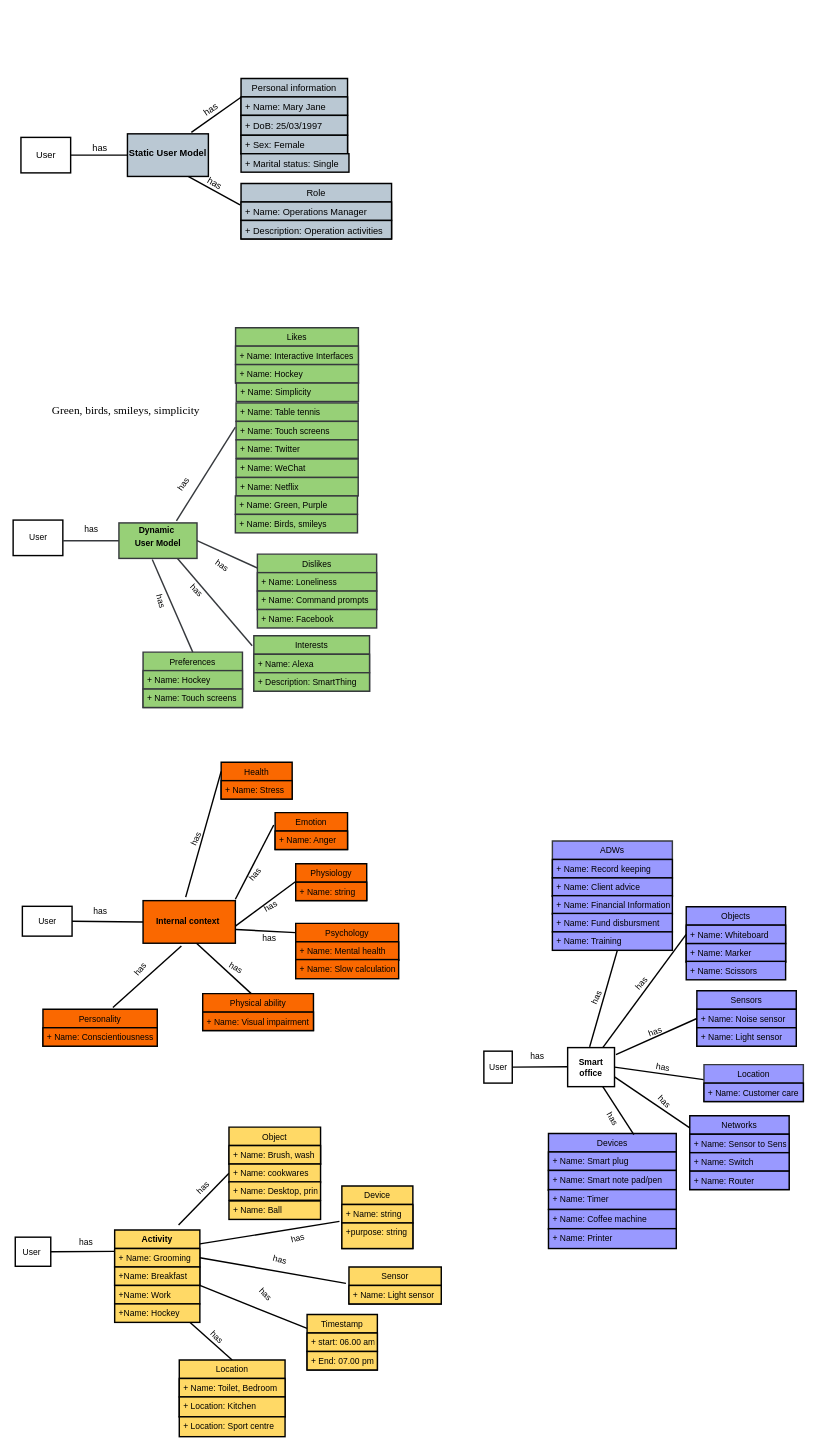
This is User model implemetations.drawio from oluwande/zmPDSwR, a draw.io file, before an edit. Source tidied: cells renumbered, new cells numbered last; positions are measured from the earlier drawing's top-left corner, leaving out a move shared by most shapes. Both pictures are drawn from the tidied source at 71%, with x=0, y=0 at pixel (13, 78).
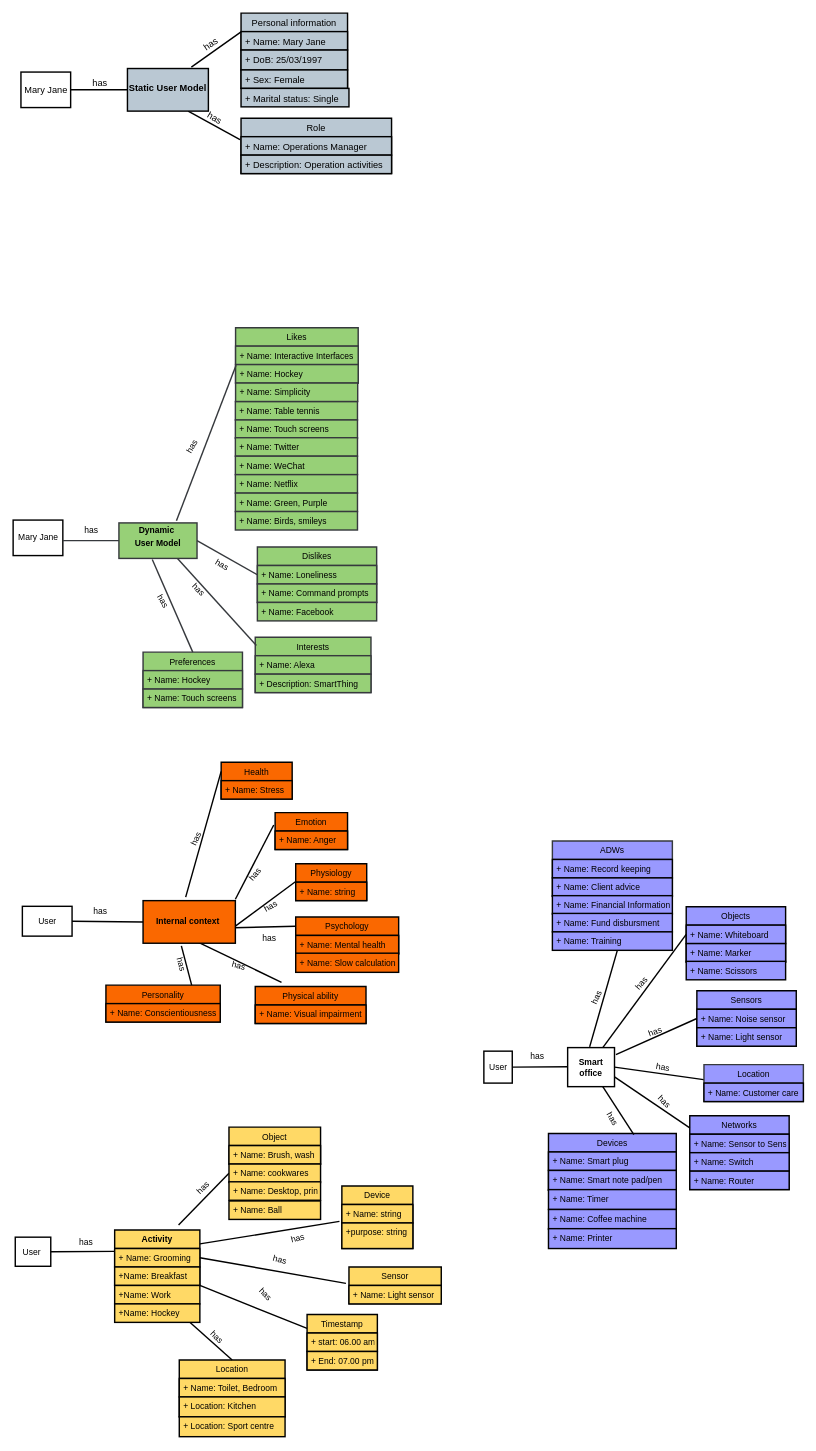
The same page after the edit.

Unchanged cells that the change refers to:
```xml
<mxCell id="19" value="&lt;p style=&quot;margin: 0px ; margin-top: 4px ; text-align: center&quot;&gt;&lt;b&gt;Dynamic&amp;nbsp;&lt;/b&gt;&lt;/p&gt;&lt;p style=&quot;margin: 0px ; margin-top: 4px ; text-align: center&quot;&gt;&lt;b&gt;User Model&lt;/b&gt;&lt;/p&gt;" style="verticalAlign=top;align=left;overflow=fill;fontSize=12;fontFamily=Helvetica;html=1;strokeColor=#36393d;strokeWidth=2;fillColor=#97D077;" parent="1" vertex="1">
  <mxGeometry x="149" y="626" width="110" height="50" as="geometry" />
</mxCell>
<mxCell id="71" value="&lt;b style=&quot;font-size: 12px;&quot;&gt;Internal context&amp;nbsp;&lt;/b&gt;" style="rounded=0;whiteSpace=wrap;html=1;strokeColor=#000000;strokeWidth=2;fillColor=#FA6800;fontSize=12;" parent="1" vertex="1">
  <mxGeometry x="183" y="1158" width="130" height="60" as="geometry" />
</mxCell>
```

Change to the diagram source:
```diff
@@
     <mxCell id="2" value="Personal information" style="swimlane;fontStyle=0;horizontal=1;startSize=26;fillColor=#BAC8D3;strokeColor=#000000;strokeWidth=2;fontSize=13;" parent="1" vertex="1">
-      <mxGeometry x="321" width="150" height="106" as="geometry" />
+      <mxGeometry x="321" y="-92" width="150" height="106" as="geometry" />
     </mxCell>
@@
     <mxCell id="6" value="Role" style="swimlane;fontStyle=0;horizontal=1;startSize=26;fillColor=#bac8d3;strokeColor=#000000;strokeWidth=2;fontSize=13;" parent="1" vertex="1">
-      <mxGeometry x="321" y="148" width="212" height="78" as="geometry" />
+      <mxGeometry x="321" y="56" width="212" height="78" as="geometry" />
     </mxCell>
@@
     <mxCell id="9" style="endArrow=none;html=1;rounded=0;fillColor=#bac8d3;strokeColor=#000000;strokeWidth=2;entryX=0;entryY=0.25;entryDx=0;entryDy=0;fontSize=13;" parent="1" edge="1" target="2">
       <mxGeometry relative="1" as="geometry">
-        <mxPoint x="251" y="76" as="sourcePoint" />
+        <mxPoint x="251" y="-16" as="sourcePoint" />
       </mxGeometry>
     </mxCell>
@@
     <mxCell id="11" value="has" style="text;html=1;align=center;verticalAlign=middle;rotation=30;strokeWidth=0;strokeColor=none;fontSize=13;" parent="1" vertex="1">
-      <mxGeometry x="268" y="137" width="31" height="20" as="geometry" />
+      <mxGeometry x="268" y="45" width="31" height="20" as="geometry" />
     </mxCell>
-    <mxCell id="12" value="User" style="html=1;strokeWidth=2;strokeColor=#000000;fontSize=13;" parent="1" vertex="1">
-      <mxGeometry x="11" y="83" width="70" height="50" as="geometry" />
+    <mxCell id="12" value="Mary Jane" style="html=1;strokeWidth=2;strokeColor=#000000;fontSize=13;" parent="1" vertex="1">
+      <mxGeometry x="11" y="-9" width="70" height="50" as="geometry" />
     </mxCell>
     <mxCell id="13" value="&lt;p style=&quot;margin: 4px 0px 0px; text-align: center; font-size: 13px;&quot;&gt;&lt;br style=&quot;font-size: 13px;&quot;&gt;&lt;b style=&quot;font-size: 13px;&quot;&gt;Static User Model&lt;/b&gt;&lt;/p&gt;" style="verticalAlign=top;align=left;overflow=fill;fontSize=13;fontFamily=Helvetica;html=1;strokeColor=#000000;strokeWidth=2;fillColor=#bac8d3;" parent="1" vertex="1">
-      <mxGeometry x="161" y="78" width="114" height="60" as="geometry" />
+      <mxGeometry x="161" y="-14" width="114" height="60" as="geometry" />
     </mxCell>
     <mxCell id="14" style="endArrow=none;html=1;rounded=0;strokeWidth=2;entryX=0;entryY=0.5;entryDx=0;entryDy=0;strokeColor=#000000;fontSize=13;" parent="1" edge="1" target="13">
       <mxGeometry relative="1" as="geometry">
-        <mxPoint x="81" y="108" as="sourcePoint" />
+        <mxPoint x="81" y="16" as="sourcePoint" />
       </mxGeometry>
     </mxCell>
     <mxCell id="15" value="has" style="text;html=1;align=center;verticalAlign=middle;rotation=-35;strokeWidth=0;strokeColor=none;fontSize=13;" parent="1" vertex="1">
-      <mxGeometry x="262" y="34" width="31" height="20" as="geometry" />
+      <mxGeometry x="262" y="-58" width="31" height="20" as="geometry" />
     </mxCell>
     <mxCell id="16" value="has" style="text;html=1;align=center;verticalAlign=middle;strokeColor=none;fillColor=none;fontSize=13;" parent="1" vertex="1">
-      <mxGeometry x="106" y="88" width="31" height="20" as="geometry" />
+      <mxGeometry x="106" y="-4" width="31" height="20" as="geometry" />
     </mxCell>
     <mxCell id="17" value="+ Marital status: Single" style="text;strokeColor=#000000;fillColor=#bac8d3;align=left;verticalAlign=top;spacingLeft=4;spacingRight=4;overflow=hidden;strokeWidth=2;fontSize=13;" parent="1" vertex="1">
-      <mxGeometry x="321" y="106" width="152" height="26" as="geometry" />
+      <mxGeometry x="321" y="14" width="152" height="26" as="geometry" />
     </mxCell>
-    <mxCell id="18" value="User" style="html=1;strokeWidth=2;" parent="1" vertex="1">
+    <mxCell id="18" value="Mary Jane" style="html=1;strokeWidth=2;" parent="1" vertex="1">
       <mxGeometry y="622" width="70" height="50" as="geometry" />
     </mxCell>
@@
     <mxCell id="22" value="Likes" style="swimlane;fontStyle=0;horizontal=1;startSize=26;fillColor=#97D077;strokeColor=#36393d;strokeWidth=2;" parent="1" vertex="1">
-      <mxGeometry x="313.3" y="351" width="173" height="78" as="geometry" />
+      <mxGeometry x="313.3" y="351" width="172.7" height="78" as="geometry" />
     </mxCell>
     <mxCell id="23" value="+ Name: Interactive Interfaces" style="text;strokeColor=#36393d;fillColor=#97D077;align=left;verticalAlign=top;spacingLeft=4;spacingRight=4;overflow=hidden;strokeWidth=2;" parent="22" vertex="1">
-      <mxGeometry y="26" width="173" height="26" as="geometry" />
+      <mxGeometry y="26" width="172.7" height="26" as="geometry" />
     </mxCell>
     <mxCell id="24" value="+ Name: Hockey" style="text;strokeColor=#36393d;fillColor=#97D077;align=left;verticalAlign=top;spacingLeft=4;spacingRight=4;overflow=hidden;points=[[0,0.5],[1,0.5]];portConstraint=eastwest;strokeWidth=2;" parent="22" vertex="1">
-      <mxGeometry y="52" width="173" height="26" as="geometry" />
+      <mxGeometry y="52" width="172.7" height="26" as="geometry" />
     </mxCell>
     <mxCell id="25" value="Dislikes" style="swimlane;fontStyle=0;horizontal=1;startSize=26;fillColor=#97D077;strokeColor=#36393d;strokeWidth=2;" parent="1" vertex="1">
-      <mxGeometry x="344" y="670" width="168" height="78" as="geometry" />
+      <mxGeometry x="344" y="660" width="168" height="78" as="geometry" />
     </mxCell>
@@
     <mxCell id="31" value="Interests" style="swimlane;fontStyle=0;horizontal=1;startSize=26;fillColor=#97D077;strokeColor=#36393d;strokeWidth=2;" parent="1" vertex="1">
-      <mxGeometry x="339" y="785" width="163" height="78" as="geometry" />
+      <mxGeometry x="341" y="787" width="163" height="78" as="geometry" />
     </mxCell>
@@
-    <mxCell id="34" style="endArrow=none;html=1;rounded=0;strokeWidth=2;fillColor=#cdeb8b;strokeColor=#36393d;" parent="1" edge="1">
+    <mxCell id="34" style="endArrow=none;html=1;rounded=0;strokeWidth=2;fillColor=#cdeb8b;strokeColor=#36393d;entryX=0.004;entryY=0.038;entryDx=0;entryDy=0;entryPerimeter=0;" parent="1" edge="1" target="24">
       <mxGeometry relative="1" as="geometry">
         <mxPoint x="230" y="623" as="sourcePoint" />
-        <mxPoint x="313" y="491" as="targetPoint" />
       </mxGeometry>
     </mxCell>
-    <mxCell id="35" style="endArrow=none;html=1;rounded=0;strokeWidth=2;exitX=1;exitY=0.5;exitDx=0;exitDy=0;entryX=0;entryY=0.25;entryDx=0;entryDy=0;fillColor=#cdeb8b;strokeColor=#36393d;" parent="1" edge="1" source="19" target="25">
+    <mxCell id="35" style="endArrow=none;html=1;rounded=0;strokeWidth=2;exitX=1;exitY=0.5;exitDx=0;exitDy=0;entryX=0;entryY=0.5;entryDx=0;entryDy=0;fillColor=#cdeb8b;strokeColor=#36393d;" parent="1" edge="1" source="19" target="25">
       <mxGeometry relative="1" as="geometry" />
     </mxCell>
@@
-    <mxCell id="37" style="endArrow=none;html=1;rounded=0;strokeWidth=2;exitX=0.75;exitY=1;exitDx=0;exitDy=0;entryX=-0.014;entryY=0.179;entryDx=0;entryDy=0;entryPerimeter=0;fillColor=#cdeb8b;strokeColor=#36393d;" parent="1" edge="1" source="19" target="31">
+    <mxCell id="37" style="endArrow=none;html=1;rounded=0;strokeWidth=2;exitX=0.75;exitY=1;exitDx=0;exitDy=0;fillColor=#cdeb8b;strokeColor=#36393d;entryX=0.01;entryY=0.149;entryDx=0;entryDy=0;entryPerimeter=0;" parent="1" edge="1" source="19" target="31">
       <mxGeometry relative="1" as="geometry" />
     </mxCell>
-    <mxCell id="38" value="has" style="text;html=1;align=center;verticalAlign=middle;strokeColor=#FFFFFF;fillColor=#FFFFFF;rotation=-55;strokeWidth=0;" parent="1" vertex="1">
-      <mxGeometry x="225" y="562" width="30" height="20" as="geometry" />
+    <mxCell id="38" value="has" style="text;html=1;align=center;verticalAlign=middle;strokeColor=#FFFFFF;fillColor=#FFFFFF;rotation=-60;strokeWidth=0;" parent="1" vertex="1">
+      <mxGeometry x="237" y="509" width="30" height="20" as="geometry" />
     </mxCell>
-    <mxCell id="39" value="has" style="text;html=1;align=center;verticalAlign=middle;strokeColor=#FFFFFF;fillColor=#FFFFFF;rotation=35;strokeWidth=0;" parent="1" vertex="1">
-      <mxGeometry x="279" y="676" width="30" height="20" as="geometry" />
+    <mxCell id="39" value="has" style="text;html=1;align=center;verticalAlign=middle;strokeColor=#FFFFFF;fillColor=#FFFFFF;rotation=30;strokeWidth=0;" parent="1" vertex="1">
+      <mxGeometry x="279" y="675" width="30" height="20" as="geometry" />
     </mxCell>
     <mxCell id="40" value="has" style="text;html=1;align=center;verticalAlign=middle;rotation=45;" parent="1" vertex="1">
-      <mxGeometry x="243.2" y="711" width="30" height="20" as="geometry" />
+      <mxGeometry x="246.2" y="710" width="30" height="20" as="geometry" />
     </mxCell>
-    <mxCell id="41" value="has" style="text;html=1;align=center;verticalAlign=middle;rotation=75;" parent="1" vertex="1">
-      <mxGeometry x="193" y="726" width="30" height="20" as="geometry" />
+    <mxCell id="41" value="has" style="text;html=1;align=center;verticalAlign=middle;rotation=60;" parent="1" vertex="1">
+      <mxGeometry x="196" y="726" width="30" height="20" as="geometry" />
     </mxCell>
     <mxCell id="42" value="+ Name: Table tennis" style="text;strokeColor=#36393d;fillColor=#97D077;align=left;verticalAlign=top;spacingLeft=4;spacingRight=4;overflow=hidden;strokeWidth=2;" parent="1" vertex="1">
-      <mxGeometry x="314" y="457" width="172" height="26" as="geometry" />
+      <mxGeometry x="313" y="455" width="172" height="26" as="geometry" />
     </mxCell>
     <mxCell id="43" value="+ Name: Touch screens" style="text;strokeColor=#36393d;fillColor=#97D077;align=left;verticalAlign=top;spacingLeft=4;spacingRight=4;overflow=hidden;strokeWidth=2;" parent="1" vertex="1">
-      <mxGeometry x="314" y="483" width="172" height="26" as="geometry" />
+      <mxGeometry x="313" y="481" width="172" height="26" as="geometry" />
     </mxCell>
     <mxCell id="44" value="+ Name: Twitter" style="text;strokeColor=#36393d;fillColor=#97D077;align=left;verticalAlign=top;spacingLeft=4;spacingRight=4;overflow=hidden;strokeWidth=2;" parent="1" vertex="1">
-      <mxGeometry x="314" y="509" width="172" height="26" as="geometry" />
+      <mxGeometry x="313" y="506" width="172" height="26" as="geometry" />
     </mxCell>
     <mxCell id="45" value="+ Name: WeChat" style="text;strokeColor=#36393d;fillColor=#97D077;align=left;verticalAlign=top;spacingLeft=4;spacingRight=4;overflow=hidden;strokeWidth=2;" parent="1" vertex="1">
-      <mxGeometry x="314" y="536" width="172" height="26" as="geometry" />
+      <mxGeometry x="313" y="532" width="172" height="26" as="geometry" />
     </mxCell>
     <mxCell id="46" value="+ Name: Netflix" style="text;strokeColor=#36393d;fillColor=#97D077;align=left;verticalAlign=top;spacingLeft=4;spacingRight=4;overflow=hidden;strokeWidth=2;" parent="1" vertex="1">
-      <mxGeometry x="314" y="562" width="172" height="26" as="geometry" />
+      <mxGeometry x="313" y="558" width="172" height="26" as="geometry" />
     </mxCell>
     <mxCell id="47" value="+ Name: Facebook" style="text;strokeColor=#36393d;fillColor=#97D077;align=left;verticalAlign=top;spacingLeft=4;spacingRight=4;overflow=hidden;strokeWidth=2;" parent="1" vertex="1">
-      <mxGeometry x="344" y="748" width="168" height="26" as="geometry" />
+      <mxGeometry x="344" y="738" width="168" height="26" as="geometry" />
     </mxCell>
@@
     <mxCell id="49" value="Psychology" style="swimlane;fontStyle=0;align=center;verticalAlign=top;horizontal=1;startSize=26;fillColor=#fa6800;strokeColor=#000000;strokeWidth=2;fontColor=#000000;fontSize=12;" parent="1" vertex="1">
-      <mxGeometry x="398" y="1190" width="145" height="52" as="geometry" />
+      <mxGeometry x="398" y="1181" width="145" height="52" as="geometry" />
     </mxCell>
@@
     <mxCell id="67" value="Physical ability" style="swimlane;fontStyle=0;align=center;verticalAlign=top;horizontal=1;startSize=26;fillColor=#FA6800;strokeColor=#000000;strokeWidth=2;fontColor=#000000;fontSize=12;" parent="1" vertex="1">
-      <mxGeometry x="267" y="1289" width="156" height="52" as="geometry" />
+      <mxGeometry x="341" y="1279" width="156" height="52" as="geometry" />
     </mxCell>
@@
-    <mxCell id="69" style="endArrow=none;html=1;rounded=0;entryX=0.438;entryY=0;entryDx=0;entryDy=0;entryPerimeter=0;startArrow=none;exitX=0.538;exitY=0.917;exitDx=0;exitDy=0;exitPerimeter=0;fontSize=12;strokeWidth=2;" parent="1" edge="1" source="71" target="67">
-      <mxGeometry relative="1" as="geometry" />
+    <mxCell id="69" style="endArrow=none;html=1;rounded=0;startArrow=none;exitX=0.538;exitY=0.917;exitDx=0;exitDy=0;exitPerimeter=0;fontSize=12;strokeWidth=2;" parent="1" edge="1" source="71">
+      <mxGeometry relative="1" as="geometry">
+        <mxPoint x="378" y="1273" as="targetPoint" />
+      </mxGeometry>
     </mxCell>
-    <mxCell id="70" value="has" style="text;html=1;strokeColor=none;fillColor=none;align=center;verticalAlign=middle;whiteSpace=wrap;rounded=0;rotation=30;fontSize=12;strokeWidth=2;" parent="1" vertex="1">
-      <mxGeometry x="284" y="1238" width="60" height="30" as="geometry" />
+    <mxCell id="70" value="has" style="text;html=1;strokeColor=none;fillColor=none;align=center;verticalAlign=middle;whiteSpace=wrap;rounded=0;rotation=15;fontSize=12;strokeWidth=2;" parent="1" vertex="1">
+      <mxGeometry x="288.2" y="1235" width="60" height="30" as="geometry" />
     </mxCell>
@@
     <mxCell id="72" value="Personality" style="swimlane;fontStyle=0;align=center;verticalAlign=top;horizontal=1;startSize=26;fillColor=#FA6800;strokeColor=#000000;strokeWidth=2;fontColor=#000000;fontSize=12;" parent="1" vertex="1">
-      <mxGeometry x="42" y="1311" width="161" height="52" as="geometry" />
+      <mxGeometry x="130.7" y="1277" width="161" height="52" as="geometry" />
     </mxCell>
@@
     <mxCell id="74" value="+ Name: Slow calculations" style="text;strokeColor=#000000;fillColor=#fa6800;align=left;verticalAlign=top;spacingLeft=4;spacingRight=4;overflow=hidden;strokeWidth=2;fontColor=#000000;fontSize=12;" parent="1" vertex="1">
-      <mxGeometry x="398" y="1241" width="145" height="27" as="geometry" />
+      <mxGeometry x="398" y="1232" width="145" height="27" as="geometry" />
     </mxCell>
-    <mxCell id="75" style="endArrow=none;html=1;rounded=0;exitX=0.612;exitY=-0.046;exitDx=0;exitDy=0;exitPerimeter=0;entryX=0.415;entryY=1.063;entryDx=0;entryDy=0;entryPerimeter=0;strokeWidth=2;fontSize=12;" parent="1" edge="1" source="72" target="71">
+    <mxCell id="75" style="endArrow=none;html=1;rounded=0;exitX=0.75;exitY=0;exitDx=0;exitDy=0;entryX=0.415;entryY=1.063;entryDx=0;entryDy=0;entryPerimeter=0;strokeWidth=2;fontSize=12;" parent="1" edge="1" source="72" target="71">
       <mxGeometry relative="1" as="geometry" />
     </mxCell>
-    <mxCell id="76" value="has" style="text;html=1;strokeColor=none;fillColor=none;align=center;verticalAlign=middle;whiteSpace=wrap;rounded=0;rotation=-50;fontSize=12;strokeWidth=2;" parent="1" vertex="1">
-      <mxGeometry x="149" y="1239.5" width="60" height="30" as="geometry" />
+    <mxCell id="76" value="has" style="text;html=1;strokeColor=none;fillColor=none;align=center;verticalAlign=middle;whiteSpace=wrap;rounded=0;rotation=75;fontSize=12;strokeWidth=2;" parent="1" vertex="1">
+      <mxGeometry x="207" y="1233" width="60" height="30" as="geometry" />
     </mxCell>
@@
-    <mxCell id="106" value="&lt;span style=&quot;font-size:12.0pt;line-height:&#10;107%;font-family:&amp;quot;Times New Roman&amp;quot;,serif;mso-fareast-font-family:Calibri;&#10;mso-fareast-theme-font:minor-latin;mso-ansi-language:EN-GB;mso-fareast-language:&#10;EN-US;mso-bidi-language:AR-SA&quot; lang=&quot;EN-GB&quot;&gt;Green, birds, smileys, simplicity&lt;/span&gt;" style="text;whiteSpace=wrap;html=1;" parent="1" vertex="1">
-      <mxGeometry x="53" y="451" width="240" height="40" as="geometry" />
-    </mxCell>
     <mxCell id="107" value="+ Name: Green, Purple" style="text;strokeColor=#36393d;fillColor=#97D077;align=left;verticalAlign=top;spacingLeft=4;spacingRight=4;overflow=hidden;strokeWidth=2;" parent="1" vertex="1">
-      <mxGeometry x="313" y="588" width="172" height="26" as="geometry" />
+      <mxGeometry x="313" y="584" width="172" height="26" as="geometry" />
     </mxCell>
     <mxCell id="108" value="+ Name: Birds, smileys" style="text;strokeColor=#36393d;fillColor=#97D077;align=left;verticalAlign=top;spacingLeft=4;spacingRight=4;overflow=hidden;strokeWidth=2;" parent="1" vertex="1">
-      <mxGeometry x="313" y="614" width="172" height="26" as="geometry" />
+      <mxGeometry x="313" y="610" width="172" height="26" as="geometry" />
     </mxCell>
     <mxCell id="109" value="+ Name: Simplicity" style="text;strokeColor=#36393d;fillColor=#97D077;align=left;verticalAlign=top;spacingLeft=4;spacingRight=4;overflow=hidden;strokeWidth=2;" parent="1" vertex="1">
-      <mxGeometry x="314.3" y="429" width="172" height="26" as="geometry" />
+      <mxGeometry x="313.3" y="429" width="172" height="26" as="geometry" />
     </mxCell>
```
